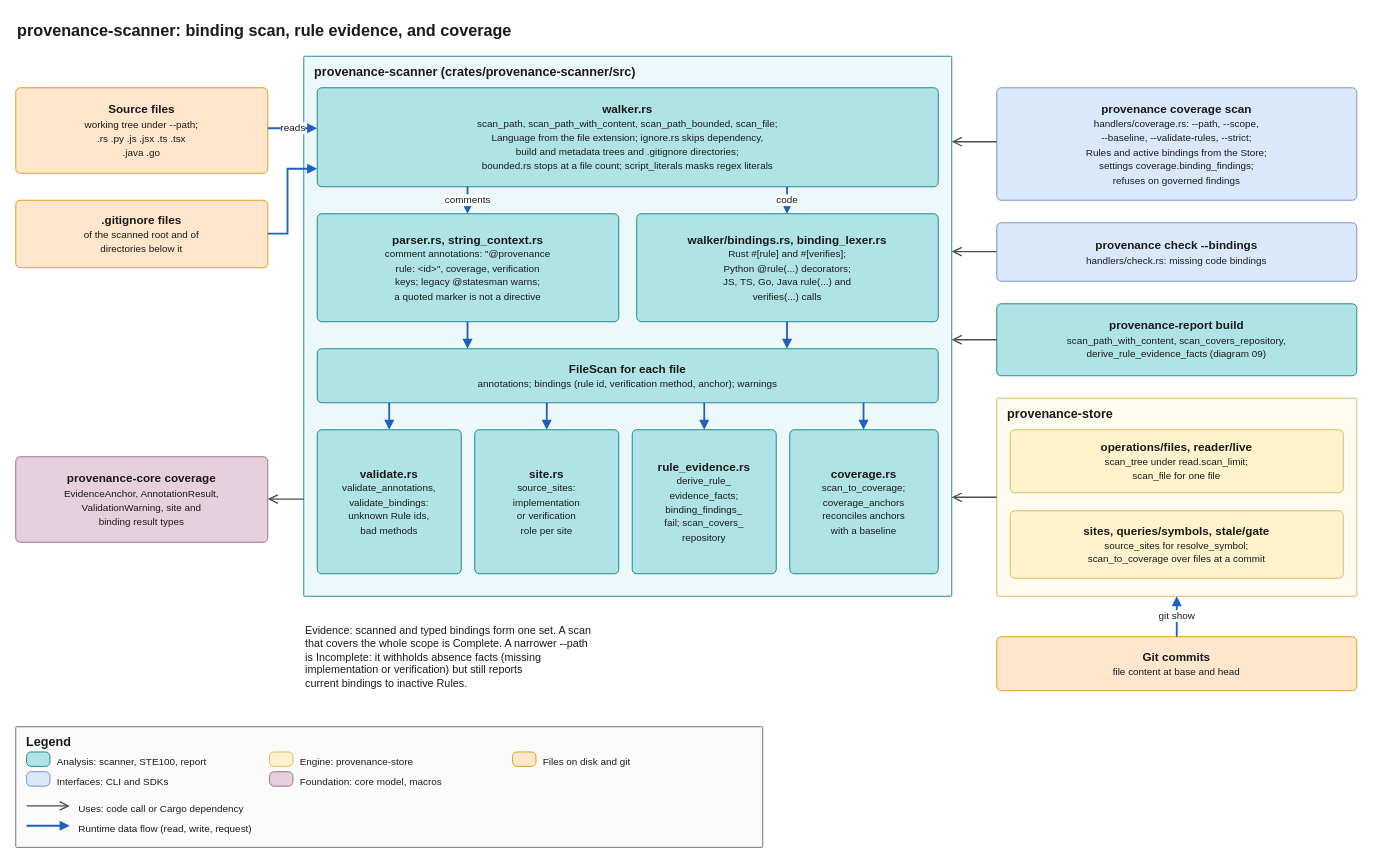
Above: docs/architecture/diagrams/08-scanner-and-coverage.drawio in quality-sh/provenance (draw.io), before the change. Source tidied: cells renumbered, new cells numbered last; positions are measured from the earlier drawing's top-left corner, leaving out a move shared by most shapes. Both pictures are drawn from the tidied source at 90%, with x=0, y=0 at pixel (15, 15).
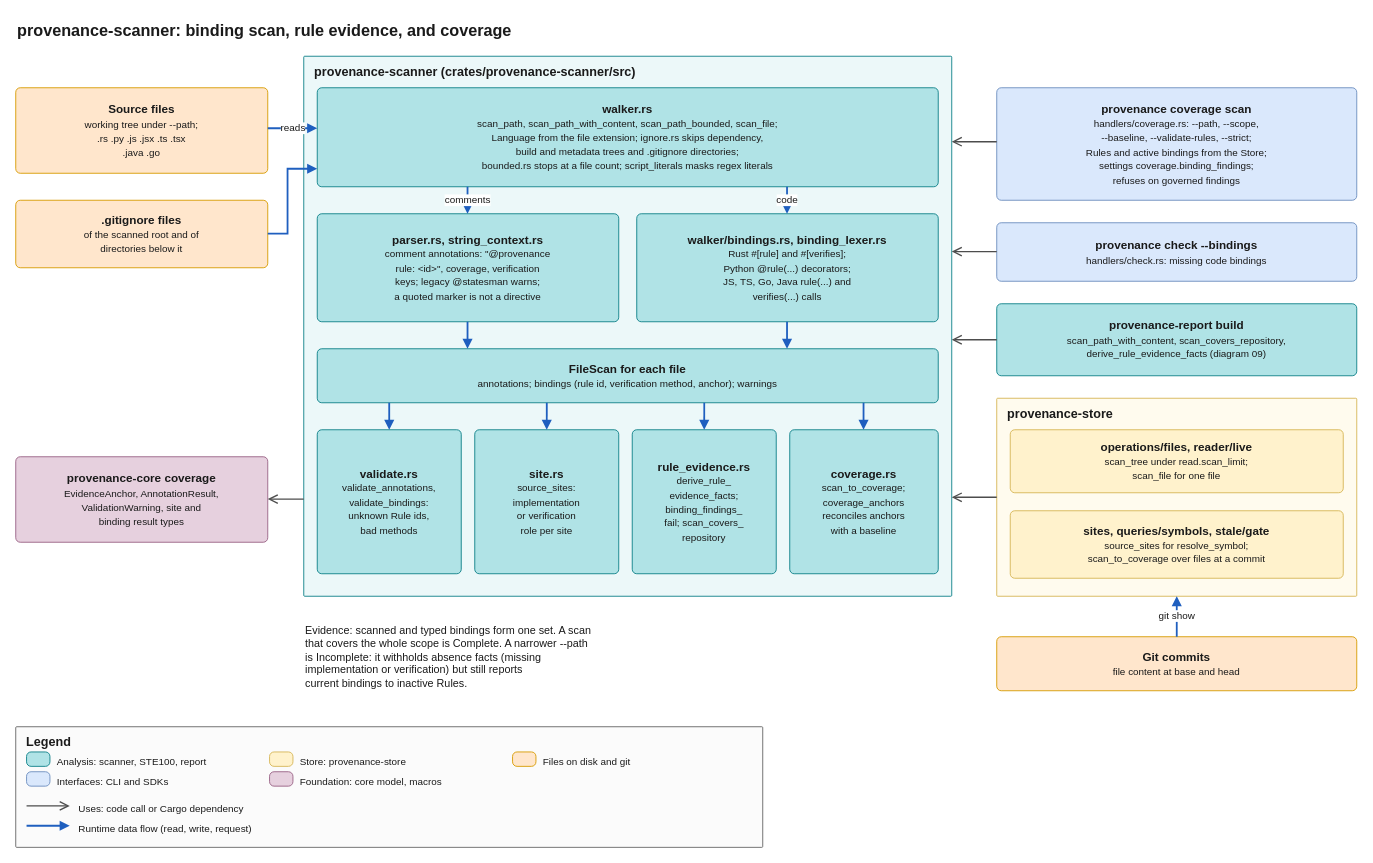
The same page after the edit.

The change refers to these unchanged cells:
```xml
<mxCell id="23" value="Legend" style="rounded=1;arcSize=2;absoluteArcSize=1;whiteSpace=wrap;html=1;fillColor=#fbfbfb;strokeColor=#666666;verticalAlign=top;align=left;spacingLeft=10;spacingRight=10;spacingTop=2;fontStyle=1;fontSize=14;fontColor=#1a1a1a;" parent="1" vertex="1">
  <mxGeometry y="790" width="830" height="134" as="geometry" />
</mxCell>
```

What changed in the source:
```diff
@@
-    <mxCell id="29" value="Engine: provenance-store" style="text;html=1;whiteSpace=wrap;align=left;verticalAlign=top;fontSize=11;fontColor=#1a1a1a;" parent="23" vertex="1">
+    <mxCell id="29" value="Store: provenance-store" style="text;html=1;whiteSpace=wrap;align=left;verticalAlign=top;fontSize=11;fontColor=#1a1a1a;" parent="23" vertex="1">
       <mxGeometry x="314" y="26" width="230" height="20" as="geometry" />
     </mxCell>
```
